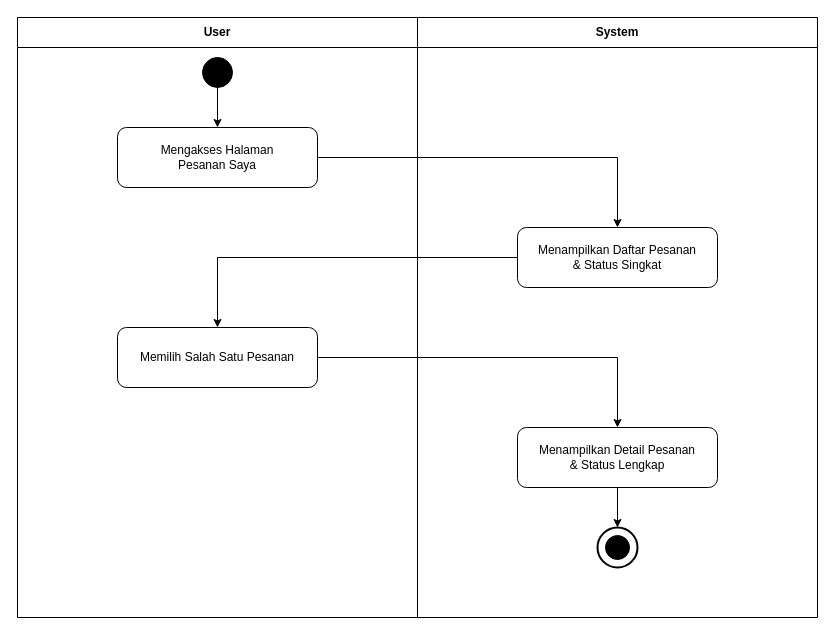
This is client/src/diagram/activity/AD_User_Melihat_Status_Pesanan.drawio from Fahrul23/BenuaKertasApps, a draw.io file, before an edit. Source tidied: cells renumbered, new cells numbered last; positions are measured from the earlier drawing's top-left corner, leaving out a move shared by most shapes. Both pictures are drawn from the tidied source at 100%, with x=0, y=0 at pixel (17, 17).
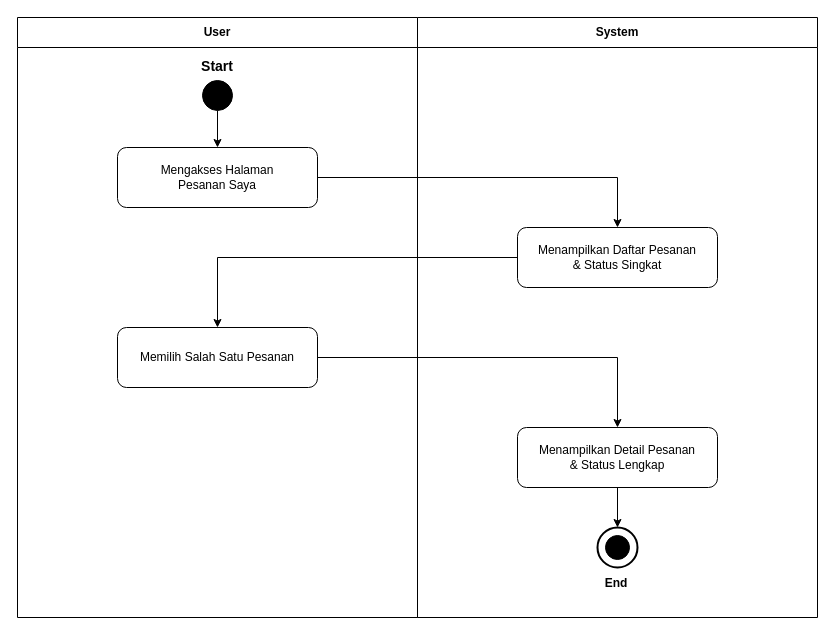
The same page after the edit.

Change to the diagram source:
```diff
@@
 <mxGraphModel>
   <root>
     <mxCell id="0" />
     <mxCell id="1" parent="0" />
     <mxCell id="2" value="User" style="swimlane;whiteSpace=wrap;html=1;startSize=30;fillColor=#ffffff;strokeColor=#000000;fontColor=#000000;fontStyle=1;" parent="1" vertex="1">
       <mxGeometry width="400" height="600" as="geometry" />
     </mxCell>
     <mxCell id="3" value="System" style="swimlane;whiteSpace=wrap;html=1;startSize=30;fillColor=#ffffff;strokeColor=#000000;fontColor=#000000;fontStyle=1;" parent="1" vertex="1">
       <mxGeometry x="400" width="400" height="600" as="geometry" />
     </mxCell>
     <mxCell id="4" style="ellipse;whiteSpace=wrap;html=1;fillColor=#000000;strokeColor=#000000;" parent="1" vertex="1">
-      <mxGeometry x="185" y="40" width="30" height="30" as="geometry" />
+      <mxGeometry x="185" y="63" width="30" height="30" as="geometry" />
     </mxCell>
     <mxCell id="5" value="Mengakses Halaman&lt;br&gt;Pesanan Saya" style="rounded=1;whiteSpace=wrap;html=1;fillColor=#ffffff;strokeColor=#000000;fontColor=#000000;" parent="1" vertex="1">
-      <mxGeometry x="100" y="110" width="200" height="60" as="geometry" />
+      <mxGeometry x="100" y="130" width="200" height="60" as="geometry" />
     </mxCell>
     <mxCell id="6" value="Menampilkan Daftar Pesanan&lt;br&gt;&amp;amp; Status Singkat" style="rounded=1;whiteSpace=wrap;html=1;fillColor=#ffffff;strokeColor=#000000;fontColor=#000000;" parent="1" vertex="1">
       <mxGeometry x="500" y="210" width="200" height="60" as="geometry" />
     </mxCell>
     <mxCell id="7" value="Memilih Salah Satu Pesanan" style="rounded=1;whiteSpace=wrap;html=1;fillColor=#ffffff;strokeColor=#000000;fontColor=#000000;" parent="1" vertex="1">
       <mxGeometry x="100" y="310" width="200" height="60" as="geometry" />
     </mxCell>
     <mxCell id="8" value="Menampilkan Detail Pesanan&lt;br&gt;&amp;amp; Status Lengkap" style="rounded=1;whiteSpace=wrap;html=1;fillColor=#ffffff;strokeColor=#000000;fontColor=#000000;" parent="1" vertex="1">
       <mxGeometry x="500" y="410" width="200" height="60" as="geometry" />
     </mxCell>
     <mxCell id="9" style="ellipse;whiteSpace=wrap;html=1;strokeWidth=2;fillColor=#ffffff;strokeColor=#000000;" parent="1" vertex="1">
       <mxGeometry x="580" y="510" width="40" height="40" as="geometry" />
     </mxCell>
     <mxCell id="10" style="ellipse;whiteSpace=wrap;html=1;fillColor=#000000;strokeColor=#000000;" parent="9" vertex="1">
       <mxGeometry x="8" y="8" width="24" height="24" as="geometry" />
     </mxCell>
     <mxCell id="11" style="edgeStyle=orthogonalEdgeStyle;rounded=0;html=1;strokeColor=#000000;" parent="1" edge="1" source="4" target="5">
       <mxGeometry relative="1" as="geometry" />
     </mxCell>
     <mxCell id="12" style="edgeStyle=orthogonalEdgeStyle;rounded=0;html=1;strokeColor=#000000;" parent="1" edge="1" source="5" target="6">
       <mxGeometry relative="1" as="geometry" />
     </mxCell>
     <mxCell id="13" style="edgeStyle=orthogonalEdgeStyle;rounded=0;html=1;strokeColor=#000000;" parent="1" edge="1" source="6" target="7">
       <mxGeometry relative="1" as="geometry" />
     </mxCell>
     <mxCell id="14" style="edgeStyle=orthogonalEdgeStyle;rounded=0;html=1;strokeColor=#000000;" parent="1" edge="1" source="7" target="8">
       <mxGeometry relative="1" as="geometry" />
     </mxCell>
     <mxCell id="15" style="edgeStyle=orthogonalEdgeStyle;rounded=0;html=1;strokeColor=#000000;" parent="1" edge="1" source="8" target="9">
       <mxGeometry relative="1" as="geometry" />
     </mxCell>
+    <mxCell id="16" value="&lt;font style=&quot;font-size: 14px;&quot;&gt;&lt;b&gt;Start&lt;/b&gt;&lt;/font&gt;" style="text;html=1;whiteSpace=wrap;strokeColor=none;fillColor=none;align=center;verticalAlign=middle;rounded=0;" parent="1" vertex="1">
+      <mxGeometry x="170" y="34" width="60" height="30" as="geometry" />
+    </mxCell>
+    <mxCell id="17" value="&lt;b&gt;End&lt;/b&gt;" style="text;html=1;whiteSpace=wrap;strokeColor=none;fillColor=none;align=center;verticalAlign=middle;rounded=0;" parent="1" vertex="1">
+      <mxGeometry x="569" y="551" width="60" height="30" as="geometry" />
+    </mxCell>
   </root>
 </mxGraphModel>
```
